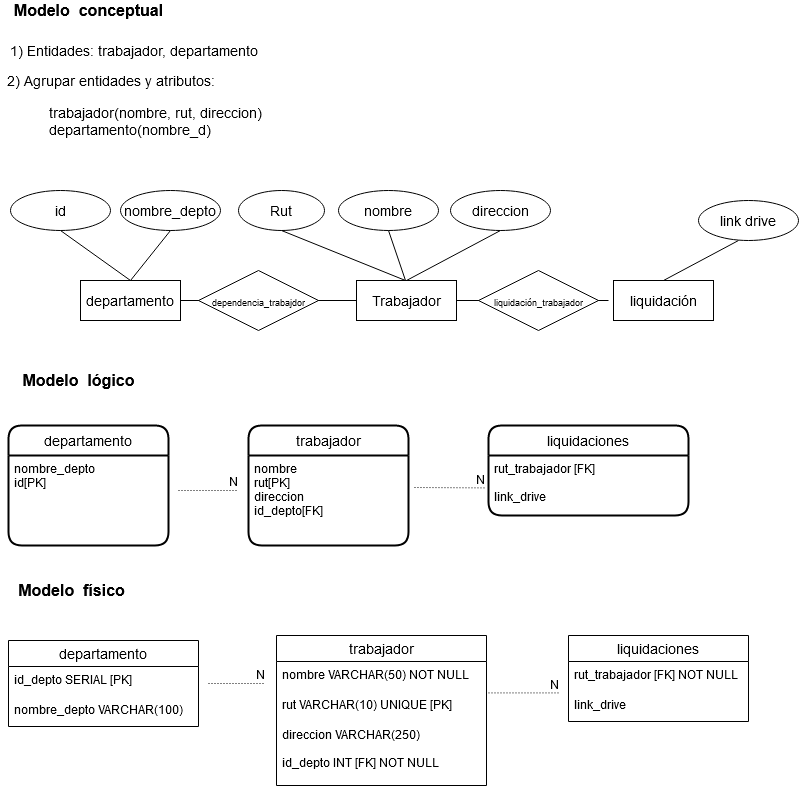
Before: modelamiento.png, a diagram exported from draw.io (gilibethvega/modelamiento_de_datos). Source tidied: cells renumbered, new cells last; positions are measured from the earlier drawing's top-left corner, leaving out a move shared by most shapes.
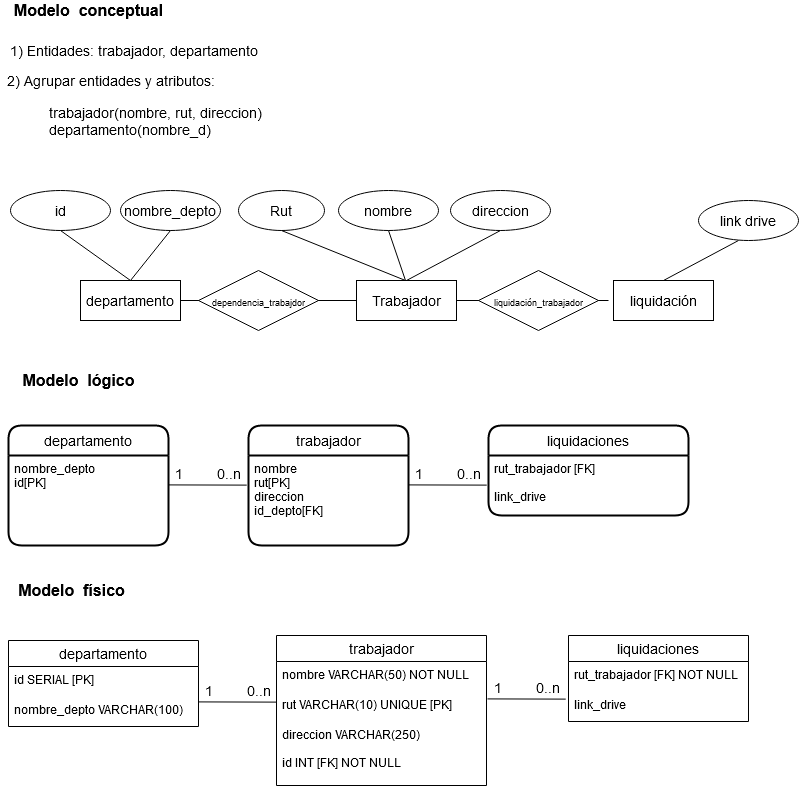
Later version of the same file.

Commit message:
modelos_completos

Diff of the diagram source:
```diff
@@ -20,6 +20,11 @@
     <mxCell id="7" value="trabajador" style="swimlane;horizontal=1;startSize=30;rounded=1;fontSize=14;fontStyle=0;strokeWidth=2;shadow=0;dashed=0;align=center;" parent="1" vertex="1">
       <mxGeometry x="248" y="425" width="160" height="120" as="geometry" />
     </mxCell>
+    <mxCell id="51" style="endArrow=none;html=1;rounded=0;fontSize=14;entryX=-0.011;entryY=0.329;entryDx=0;entryDy=0;entryPerimeter=0;" parent="7" edge="1" target="8">
+      <mxGeometry relative="1" as="geometry">
+        <mxPoint x="-80" y="59.4" as="sourcePoint" />
+      </mxGeometry>
+    </mxCell>
     <mxCell id="8" value="nombre&#10;rut[PK]&#10;direccion&#10;id_depto[FK]&#10;" style="align=left;strokeColor=none;fillColor=none;spacingLeft=4;fontSize=12;verticalAlign=top;" parent="7" vertex="1">
       <mxGeometry y="30" width="160" height="90" as="geometry" />
     </mxCell>
@@ -85,15 +90,6 @@
         <mxPoint x="130" y="280" as="sourcePoint" />
       </mxGeometry>
     </mxCell>
-    <mxCell id="27" style="endArrow=none;html=1;rounded=0;dashed=1;dashPattern=1 2;fontSize=14;" parent="1" edge="1">
-      <mxGeometry relative="1" as="geometry">
-        <mxPoint x="178" y="490" as="sourcePoint" />
-        <mxPoint x="238" y="490" as="targetPoint" />
-      </mxGeometry>
-    </mxCell>
-    <mxCell id="28" value="N" style="html=1;align=right;verticalAlign=bottom;" parent="27" vertex="1">
-      <mxGeometry x="1" relative="1" as="geometry" />
-    </mxCell>
     <mxCell id="29" value="Modelo&amp;nbsp; físico" style="text;html=1;align=center;verticalAlign=middle;fontSize=16;fontStyle=1;" parent="1" vertex="1">
       <mxGeometry x="11" y="580" width="120" height="20" as="geometry" />
     </mxCell>
@@ -106,7 +102,7 @@
     <mxCell id="32" value="rut VARCHAR(10) UNIQUE [PK]" style="text;strokeColor=none;fillColor=none;spacingLeft=4;spacingRight=4;overflow=hidden;fontSize=12;" parent="30" vertex="1">
       <mxGeometry y="56" width="210" height="30" as="geometry" />
     </mxCell>
-    <mxCell id="33" value="direccion VARCHAR(250)&#10;&#10;id_depto INT [FK] NOT NULL&#10;" style="text;strokeColor=none;fillColor=none;spacingLeft=4;spacingRight=4;overflow=hidden;fontSize=12;" parent="30" vertex="1">
+    <mxCell id="33" value="direccion VARCHAR(250)&#10;&#10;id INT [FK] NOT NULL&#10;" style="text;strokeColor=none;fillColor=none;spacingLeft=4;spacingRight=4;overflow=hidden;fontSize=12;" parent="30" vertex="1">
       <mxGeometry y="86" width="210" height="64" as="geometry" />
     </mxCell>
     <mxCell id="34" value="liquidaciones" style="swimlane;fontStyle=0;horizontal=1;startSize=26;align=center;fontSize=14;" parent="1" vertex="1">
@@ -121,21 +117,12 @@
     <mxCell id="37" value="departamento" style="swimlane;fontStyle=0;horizontal=1;startSize=26;align=center;fontSize=14;" parent="1" vertex="1">
       <mxGeometry x="8" y="640" width="190" height="86" as="geometry" />
     </mxCell>
-    <mxCell id="38" value="id_depto SERIAL [PK]" style="text;strokeColor=none;fillColor=none;spacingLeft=4;spacingRight=4;overflow=hidden;fontSize=12;" parent="37" vertex="1">
+    <mxCell id="38" value="id SERIAL [PK]" style="text;strokeColor=none;fillColor=none;spacingLeft=4;spacingRight=4;overflow=hidden;fontSize=12;" parent="37" vertex="1">
       <mxGeometry y="26" width="190" height="30" as="geometry" />
     </mxCell>
     <mxCell id="39" value="nombre_depto VARCHAR(100) " style="text;strokeColor=none;fillColor=none;spacingLeft=4;spacingRight=4;overflow=hidden;fontSize=12;" parent="37" vertex="1">
       <mxGeometry y="56" width="190" height="30" as="geometry" />
     </mxCell>
-    <mxCell id="40" style="endArrow=none;html=1;rounded=0;dashed=1;dashPattern=1 2;fontSize=14;" parent="1" edge="1">
-      <mxGeometry relative="1" as="geometry">
-        <mxPoint x="208" y="683" as="sourcePoint" />
-        <mxPoint x="264" y="683" as="targetPoint" />
-      </mxGeometry>
-    </mxCell>
-    <mxCell id="41" value="N" style="html=1;align=right;verticalAlign=bottom;" parent="40" vertex="1">
-      <mxGeometry x="1" relative="1" as="geometry" />
-    </mxCell>
     <mxCell id="42" value="liquidación" style="whiteSpace=wrap;html=1;align=center;fontSize=14;" parent="1" vertex="1">
       <mxGeometry x="613" y="280" width="100" height="40" as="geometry" />
     </mxCell>
@@ -151,23 +138,47 @@
     <mxCell id="46" value="&lt;font style=&quot;font-size: 9px&quot;&gt;liquidación_trabajador&lt;/font&gt;" style="shape=rhombus;perimeter=rhombusPerimeter;whiteSpace=wrap;html=1;align=center;fontSize=14;" parent="1" vertex="1">
       <mxGeometry x="478" y="270" width="120" height="60" as="geometry" />
     </mxCell>
-    <mxCell id="47" style="endArrow=none;html=1;rounded=0;dashed=1;dashPattern=1 2;fontSize=14;" parent="1" edge="1">
-      <mxGeometry relative="1" as="geometry">
-        <mxPoint x="414" y="487" as="sourcePoint" />
-        <mxPoint x="484" y="487.4" as="targetPoint" />
-      </mxGeometry>
-    </mxCell>
-    <mxCell id="48" value="N" style="html=1;align=right;verticalAlign=bottom;" parent="47" vertex="1">
-      <mxGeometry x="1" relative="1" as="geometry" />
-    </mxCell>
-    <mxCell id="49" style="endArrow=none;html=1;rounded=0;dashed=1;dashPattern=1 2;fontSize=14;" parent="1" edge="1">
-      <mxGeometry relative="1" as="geometry">
-        <mxPoint x="488" y="692.4" as="sourcePoint" />
-        <mxPoint x="558" y="692.4" as="targetPoint" />
-      </mxGeometry>
-    </mxCell>
-    <mxCell id="50" value="N" style="html=1;align=right;verticalAlign=bottom;" parent="49" vertex="1">
-      <mxGeometry x="1" relative="1" as="geometry" />
-    </mxCell>
+    <mxCell id="52" value="1" style="text;html=1;align=center;verticalAlign=middle;fontSize=14;" parent="1" vertex="1">
+      <mxGeometry x="168" y="463" width="20" height="20" as="geometry" />
+    </mxCell>
+    <mxCell id="53" value="0..n" style="text;html=1;align=center;verticalAlign=middle;fontSize=14;" parent="1" vertex="1">
+      <mxGeometry x="208" y="463" width="40" height="20" as="geometry" />
+    </mxCell>
+    <mxCell id="54" value="0..n" style="text;html=1;align=center;verticalAlign=middle;fontSize=14;" parent="1" vertex="1">
+      <mxGeometry x="448" y="463" width="40" height="20" as="geometry" />
+    </mxCell>
+    <mxCell id="55" value="1" style="text;html=1;align=center;verticalAlign=middle;fontSize=14;" parent="1" vertex="1">
+      <mxGeometry x="408" y="463" width="20" height="20" as="geometry" />
+    </mxCell>
+    <mxCell id="56" style="endArrow=none;html=1;rounded=0;fontSize=14;entryX=-0.011;entryY=0.329;entryDx=0;entryDy=0;entryPerimeter=0;" parent="1" edge="1">
+      <mxGeometry relative="1" as="geometry">
+        <mxPoint x="408" y="484.4" as="sourcePoint" />
+        <mxPoint x="486.2" y="484.6" as="targetPoint" />
+      </mxGeometry>
+    </mxCell>
+    <mxCell id="57" value="0..n" style="text;html=1;align=center;verticalAlign=middle;fontSize=14;" parent="1" vertex="1">
+      <mxGeometry x="238" y="680" width="40" height="20" as="geometry" />
+    </mxCell>
+    <mxCell id="58" value="1" style="text;html=1;align=center;verticalAlign=middle;fontSize=14;" parent="1" vertex="1">
+      <mxGeometry x="198" y="680" width="20" height="20" as="geometry" />
+    </mxCell>
+    <mxCell id="59" style="endArrow=none;html=1;rounded=0;fontSize=14;entryX=-0.011;entryY=0.329;entryDx=0;entryDy=0;entryPerimeter=0;" parent="1" edge="1">
+      <mxGeometry relative="1" as="geometry">
+        <mxPoint x="198" y="701.4" as="sourcePoint" />
+        <mxPoint x="276.2" y="701.6" as="targetPoint" />
+      </mxGeometry>
+    </mxCell>
+    <mxCell id="60" value="0..n" style="text;html=1;align=center;verticalAlign=middle;fontSize=14;" parent="1" vertex="1">
+      <mxGeometry x="527" y="677" width="40" height="20" as="geometry" />
+    </mxCell>
+    <mxCell id="61" value="1" style="text;html=1;align=center;verticalAlign=middle;fontSize=14;" parent="1" vertex="1">
+      <mxGeometry x="487" y="677" width="20" height="20" as="geometry" />
+    </mxCell>
+    <mxCell id="62" style="endArrow=none;html=1;rounded=0;fontSize=14;entryX=-0.011;entryY=0.329;entryDx=0;entryDy=0;entryPerimeter=0;" parent="1" edge="1">
+      <mxGeometry relative="1" as="geometry">
+        <mxPoint x="487" y="698.4" as="sourcePoint" />
+        <mxPoint x="565.2" y="698.6" as="targetPoint" />
+      </mxGeometry>
+    </mxCell>
   </root>
 </mxGraphModel>
```
